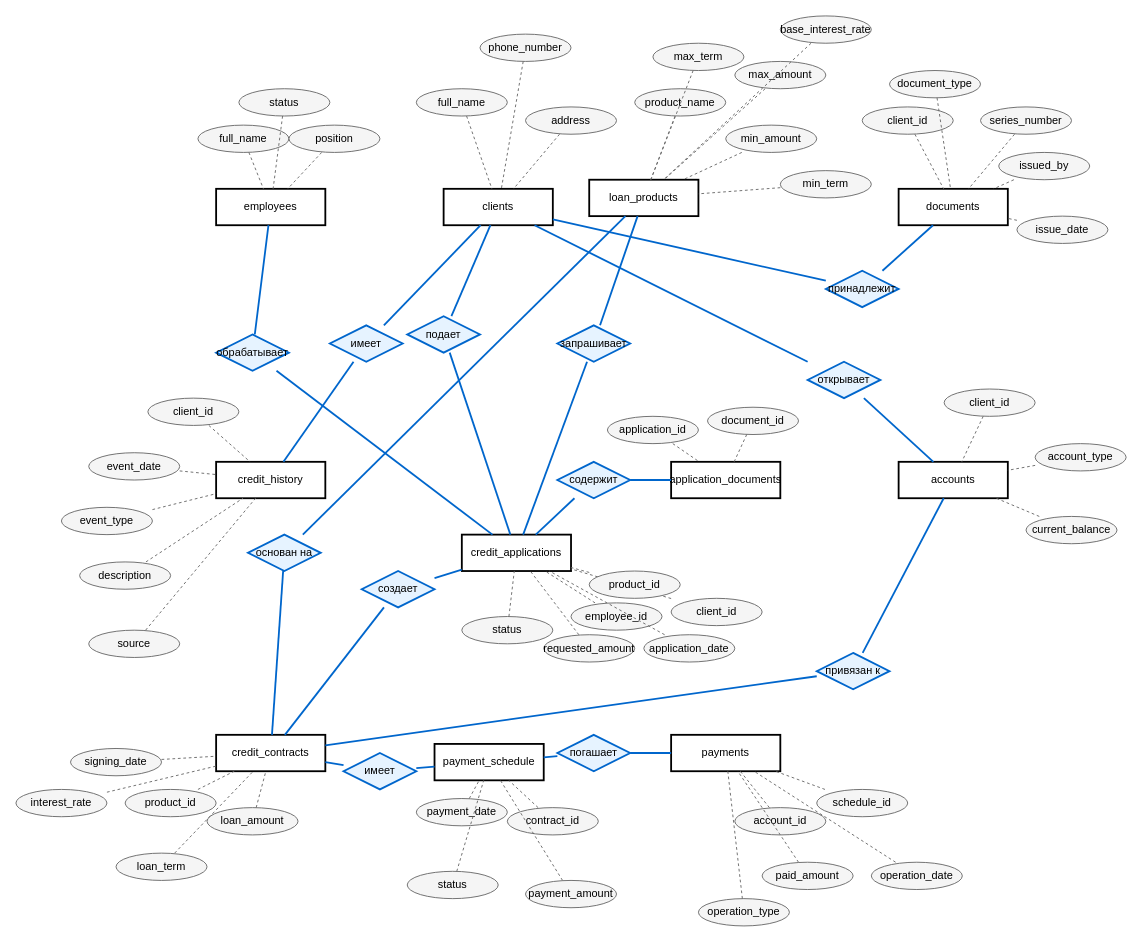
This is conceptual_model.drawio from lazYaaaa/Modeling-migrations-of-loan-system-prototype-DB, a draw.io file, before an edit. Source tidied: cells renumbered, new cells numbered last; positions are measured from the earlier drawing's top-left corner, leaving out a move shared by most shapes. Both pictures are drawn from the tidied source at 91%, with x=0, y=0 at pixel (15, 15).
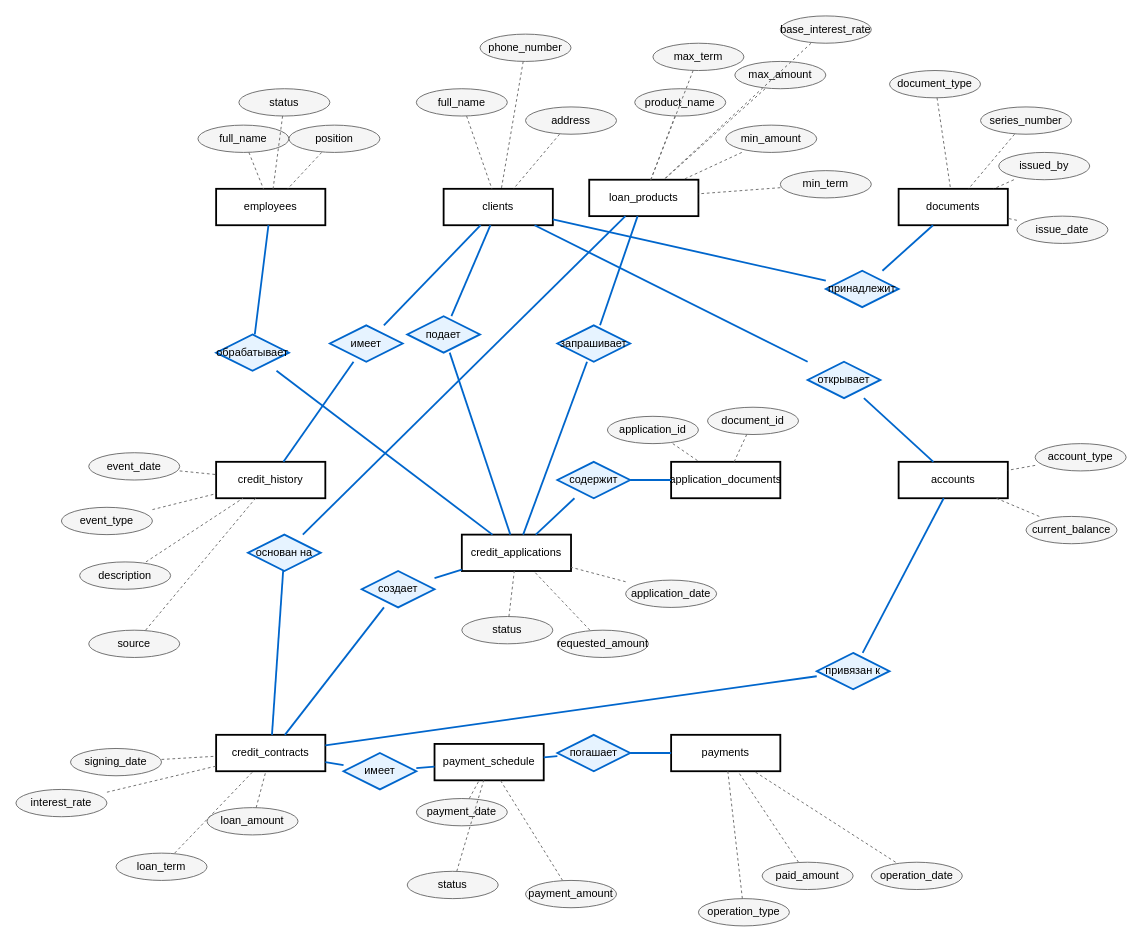
The same page after the edit.

Commit message (it also covers changes not shown here):
change conceptual model

Unchanged cells that the change refers to:
```xml
<mxCell id="29" value="documents" style="shape=rectangle;whiteSpace=wrap;html=1;rounded=0;fillColor=#ffffff;strokeColor=#000000;strokeWidth=2;" parent="1" vertex="1">
  <mxGeometry x="970" y="190" width="120" height="40" as="geometry" />
</mxCell>
<mxCell id="40" value="credit_history" style="shape=rectangle;whiteSpace=wrap;html=1;rounded=0;fillColor=#ffffff;strokeColor=#000000;strokeWidth=2;" parent="1" vertex="1">
  <mxGeometry x="220" y="490" width="120" height="40" as="geometry" />
</mxCell>
<mxCell id="51" value="credit_applications" style="shape=rectangle;whiteSpace=wrap;html=1;rounded=0;fillColor=#ffffff;strokeColor=#000000;strokeWidth=2;" parent="1" vertex="1">
  <mxGeometry x="490" y="570" width="120" height="40" as="geometry" />
</mxCell>
<mxCell id="69" value="accounts" style="shape=rectangle;whiteSpace=wrap;html=1;rounded=0;fillColor=#ffffff;strokeColor=#000000;strokeWidth=2;" parent="1" vertex="1">
  <mxGeometry x="970" y="490" width="120" height="40" as="geometry" />
</mxCell>
<mxCell id="76" value="credit_contracts" style="shape=rectangle;whiteSpace=wrap;html=1;rounded=0;fillColor=#ffffff;strokeColor=#000000;strokeWidth=2;" parent="1" vertex="1">
  <mxGeometry x="220" y="790" width="120" height="40" as="geometry" />
</mxCell>
<mxCell id="87" value="payment_schedule" style="shape=rectangle;whiteSpace=wrap;html=1;rounded=0;fillColor=#ffffff;strokeColor=#000000;strokeWidth=2;" parent="1" vertex="1">
  <mxGeometry x="460" y="800" width="120" height="40" as="geometry" />
</mxCell>
<mxCell id="96" value="payments" style="shape=rectangle;whiteSpace=wrap;html=1;rounded=0;fillColor=#ffffff;strokeColor=#000000;strokeWidth=2;" parent="1" vertex="1">
  <mxGeometry x="720" y="790" width="120" height="40" as="geometry" />
</mxCell>
```

The edit, as a diff of the source:
```diff
@@
-    <mxCell id="30" value="client_id" style="shape=ellipse;whiteSpace=wrap;html=1;fillColor=#f5f5f5;strokeColor=#666666;" parent="1" vertex="1">
-      <mxGeometry x="930" y="100" width="100" height="30" as="geometry" />
-    </mxCell>
-    <mxCell id="31" style="endArrow=none;html=1;rounded=0;strokeWidth=1;strokeColor=#666666;dashed=1;" parent="1" edge="1" source="30" target="29">
-      <mxGeometry relative="1" as="geometry" />
-    </mxCell>
@@
-    <mxCell id="41" value="client_id" style="shape=ellipse;whiteSpace=wrap;html=1;fillColor=#f5f5f5;strokeColor=#666666;" parent="1" vertex="1">
-      <mxGeometry x="145" y="420" width="100" height="30" as="geometry" />
-    </mxCell>
-    <mxCell id="42" style="endArrow=none;html=1;rounded=0;strokeWidth=1;strokeColor=#666666;dashed=1;" parent="1" edge="1" source="41" target="40">
-      <mxGeometry relative="1" as="geometry" />
-    </mxCell>
@@
-    <mxCell id="52" value="client_id" style="shape=ellipse;whiteSpace=wrap;html=1;fillColor=#f5f5f5;strokeColor=#666666;" parent="1" vertex="1">
-      <mxGeometry x="720" y="640" width="100" height="30" as="geometry" />
-    </mxCell>
-    <mxCell id="53" style="endArrow=none;html=1;rounded=0;strokeWidth=1;strokeColor=#666666;dashed=1;" parent="1" edge="1" source="52" target="51">
-      <mxGeometry relative="1" as="geometry" />
-    </mxCell>
-    <mxCell id="54" value="employee_id" style="shape=ellipse;whiteSpace=wrap;html=1;fillColor=#f5f5f5;strokeColor=#666666;" parent="1" vertex="1">
-      <mxGeometry x="610" y="645" width="100" height="30" as="geometry" />
-    </mxCell>
-    <mxCell id="55" style="endArrow=none;html=1;rounded=0;strokeWidth=1;strokeColor=#666666;dashed=1;" parent="1" edge="1" source="54" target="51">
-      <mxGeometry relative="1" as="geometry" />
-    </mxCell>
-    <mxCell id="56" value="product_id" style="shape=ellipse;whiteSpace=wrap;html=1;fillColor=#f5f5f5;strokeColor=#666666;" parent="1" vertex="1">
-      <mxGeometry x="630" y="610" width="100" height="30" as="geometry" />
-    </mxCell>
-    <mxCell id="57" style="endArrow=none;html=1;rounded=0;strokeWidth=1;strokeColor=#666666;dashed=1;" parent="1" edge="1" source="56" target="51">
-      <mxGeometry relative="1" as="geometry" />
-    </mxCell>
     <mxCell id="58" value="application_date" style="shape=ellipse;whiteSpace=wrap;html=1;fillColor=#f5f5f5;strokeColor=#666666;" parent="1" vertex="1">
-      <mxGeometry x="690" y="680" width="100" height="30" as="geometry" />
+      <mxGeometry x="670" y="620" width="100" height="30" as="geometry" />
     </mxCell>
@@
     <mxCell id="60" value="requested_amount" style="shape=ellipse;whiteSpace=wrap;html=1;fillColor=#f5f5f5;strokeColor=#666666;" parent="1" vertex="1">
-      <mxGeometry x="580" y="680" width="100" height="30" as="geometry" />
+      <mxGeometry x="595" y="675" width="100" height="30" as="geometry" />
     </mxCell>
@@
-    <mxCell id="70" value="client_id" style="shape=ellipse;whiteSpace=wrap;html=1;fillColor=#f5f5f5;strokeColor=#666666;" parent="1" vertex="1">
-      <mxGeometry x="1020" y="410" width="100" height="30" as="geometry" />
-    </mxCell>
-    <mxCell id="71" style="endArrow=none;html=1;rounded=0;strokeWidth=1;strokeColor=#666666;dashed=1;" parent="1" edge="1" source="70" target="69">
-      <mxGeometry relative="1" as="geometry" />
-    </mxCell>
@@
-    <mxCell id="77" value="product_id" style="shape=ellipse;whiteSpace=wrap;html=1;fillColor=#f5f5f5;strokeColor=#666666;" parent="1" vertex="1">
-      <mxGeometry x="120" y="850" width="100" height="30" as="geometry" />
-    </mxCell>
-    <mxCell id="78" style="endArrow=none;html=1;rounded=0;strokeWidth=1;strokeColor=#666666;dashed=1;" parent="1" edge="1" source="77" target="76">
-      <mxGeometry relative="1" as="geometry" />
-    </mxCell>
@@
-    <mxCell id="88" value="contract_id" style="shape=ellipse;whiteSpace=wrap;html=1;fillColor=#f5f5f5;strokeColor=#666666;" parent="1" vertex="1">
-      <mxGeometry x="540" y="870" width="100" height="30" as="geometry" />
-    </mxCell>
-    <mxCell id="89" style="endArrow=none;html=1;rounded=0;strokeWidth=1;strokeColor=#666666;dashed=1;" parent="1" edge="1" source="88" target="87">
-      <mxGeometry relative="1" as="geometry" />
-    </mxCell>
@@
-    <mxCell id="97" value="schedule_id" style="shape=ellipse;whiteSpace=wrap;html=1;fillColor=#f5f5f5;strokeColor=#666666;" parent="1" vertex="1">
-      <mxGeometry x="880" y="850" width="100" height="30" as="geometry" />
-    </mxCell>
-    <mxCell id="98" style="endArrow=none;html=1;rounded=0;strokeWidth=1;strokeColor=#666666;dashed=1;" parent="1" edge="1" source="97" target="96">
-      <mxGeometry relative="1" as="geometry" />
-    </mxCell>
-    <mxCell id="99" value="account_id" style="shape=ellipse;whiteSpace=wrap;html=1;fillColor=#f5f5f5;strokeColor=#666666;" parent="1" vertex="1">
-      <mxGeometry x="790" y="870" width="100" height="30" as="geometry" />
-    </mxCell>
-    <mxCell id="100" style="endArrow=none;html=1;rounded=0;strokeWidth=1;strokeColor=#666666;dashed=1;" parent="1" edge="1" source="99" target="96">
-      <mxGeometry relative="1" as="geometry" />
-    </mxCell>
```
